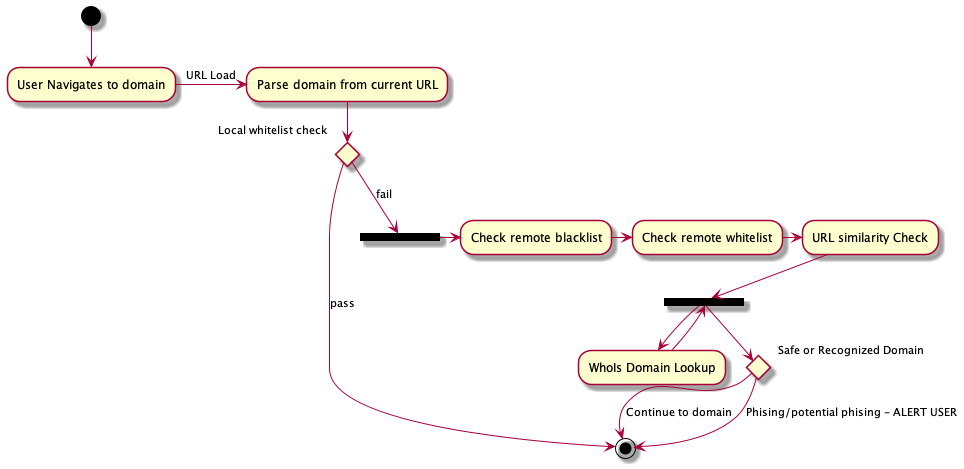
Above: out/projectFlow/projectFlow.png in melbing1/Trawler (PlantUML), before the change.
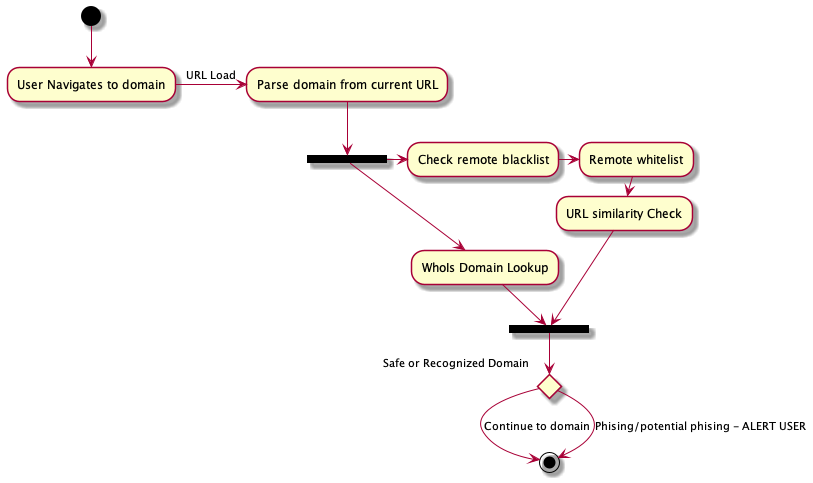
After the change.

Diff of the diagram source:
```diff
@@ -1,20 +1,16 @@
 @startuml projectFlow
     (*) --> "User Navigates to domain"
     -> [URL Load] "Parse domain from current URL"
-    if "Local whitelist check" then
-        -> [pass] (*)
-    else
-        --> [fail] ===B1===
-        -> "Check remote blacklist"
-        -> "Check remote whitelist"
-        -> "URL similarity Check"
-        --> ===B2===
-        --> "WhoIs Domain Lookup"
-        --> ===B2===
-        if "Safe or Recognized Domain" then
-            --> [Continue to domain] (*)
+    --> ===B1===
+    -> "Check remote blacklist"
+    -> "Remote whitelist"
+    -> "URL similarity Check"
+    --> ===B2===
+    ===B1=== --> "WhoIs Domain Lookup"
+    "WhoIs Domain Lookup" --> ===B2===
+    if "Safe or Recognized Domain" then
+        --> [Continue to domain] (*)
         else
-            --> [Phising/potential phising - ALERT USER] (*)
-        endif
+        --> [Phising/potential phising - ALERT USER] (*)
     endif
 @enduml
```
